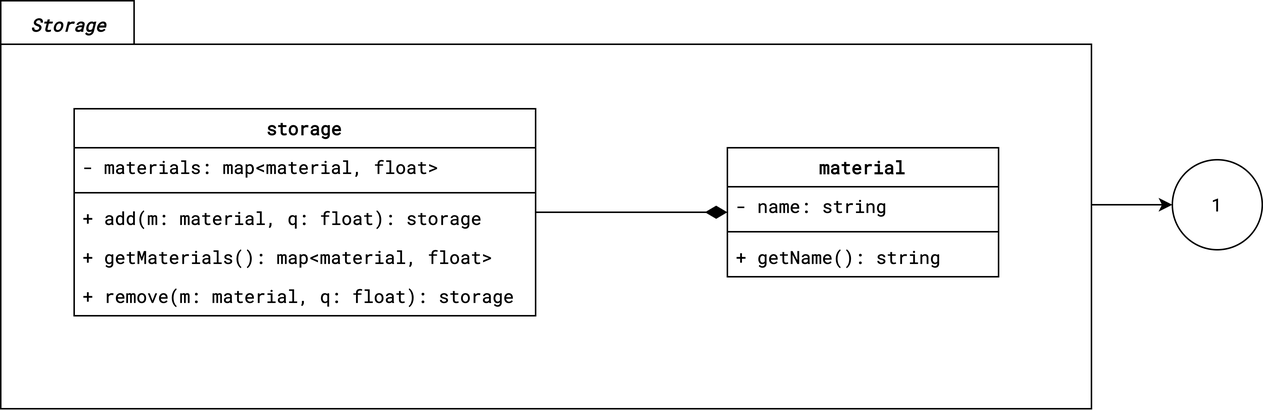
PlumpAlbert/diploma keeps this draw.io diagram as images/aps.coursework-er-diagram.1.png. Above is the earlier version. Source tidied: cells renumbered, new cells last; positions are measured from the earlier drawing's top-left corner, leaving out a move shared by most shapes.
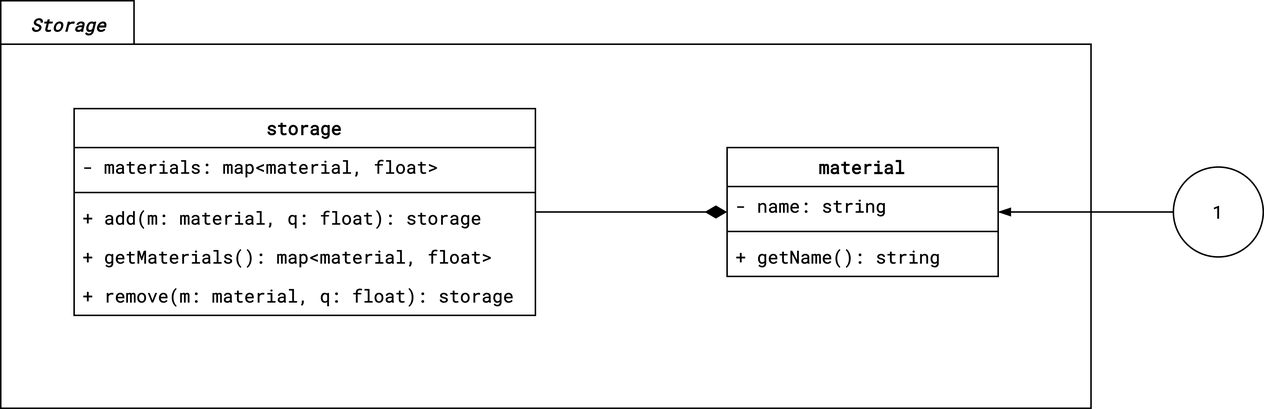
The same diagram one commit later.

Commit message:
обновил классовую диаграмму системы

The edit, as a diff of the source:
```diff
@@ -45,9 +45,9 @@
       <mxGeometry y="60" width="181" height="26" as="geometry" />
     </mxCell>
     <mxCell id="16" value="1" style="ellipse;whiteSpace=wrap;html=1;fontFamily=Roboto Mono;fontSource=https%3A%2F%2Ffonts.googleapis.com%2Fcss%3Ffamily%3DRoboto%2BMono;" parent="1" vertex="1">
-      <mxGeometry x="782" y="106" width="60" height="60" as="geometry" />
+      <mxGeometry x="783" y="111" width="60" height="60" as="geometry" />
     </mxCell>
-    <mxCell id="17" style="edgeStyle=orthogonalEdgeStyle;rounded=0;jettySize=auto;html=1;fontFamily=Roboto Mono;fontSource=https%3A%2F%2Ffonts.googleapis.com%2Fcss%3Ffamily%3DRoboto%2BMono;" parent="1" edge="1" source="3" target="16">
+    <mxCell id="17" style="edgeStyle=orthogonalEdgeStyle;rounded=0;jettySize=auto;html=1;fontFamily=Roboto Mono;fontSource=https%3A%2F%2Ffonts.googleapis.com%2Fcss%3Ffamily%3DRoboto%2BMono;startArrow=blockThin;startFill=1;endArrow=none;endFill=0;" parent="1" edge="1" source="12" target="16">
       <mxGeometry relative="1" as="geometry" />
     </mxCell>
   </root>
```
